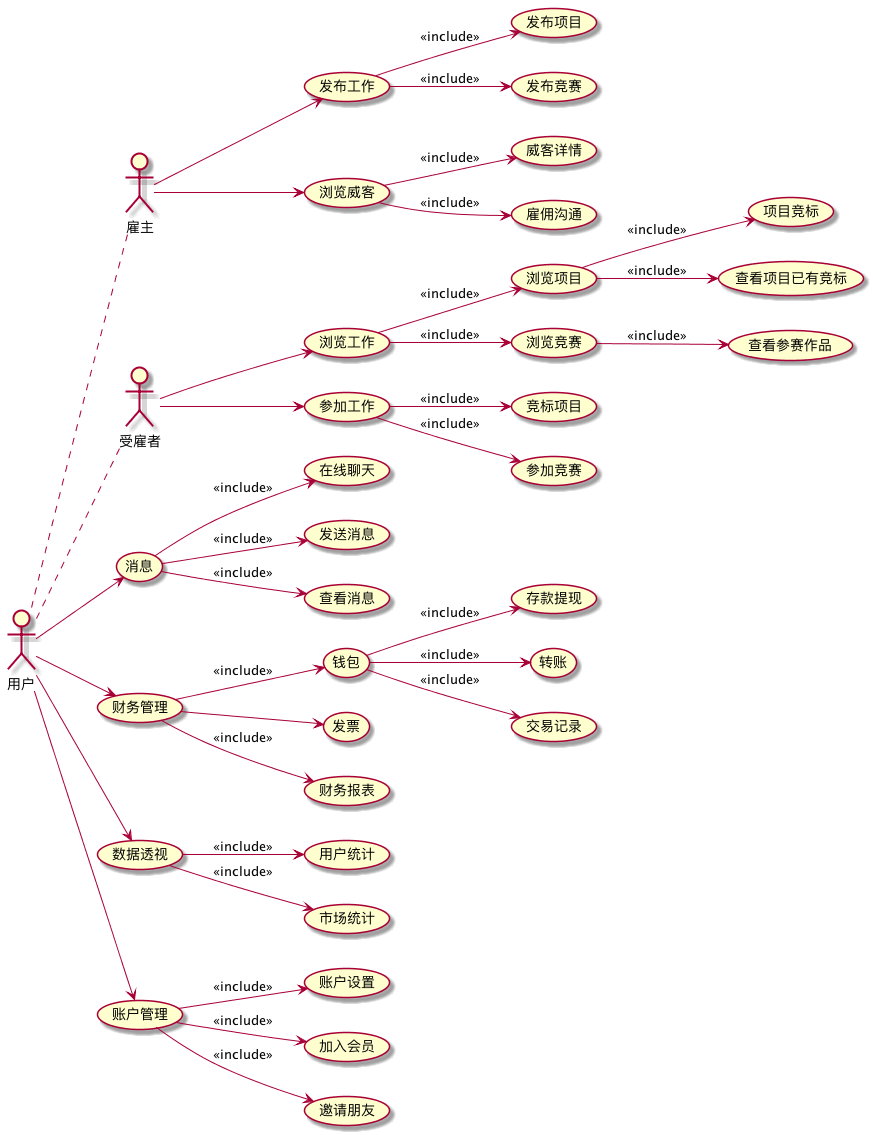
Above: Design/FreeLancer/usercase.png in Eliza0512/BlockchainBlog (PlantUML), before the change. The source it was exported from:
```plantuml
@startuml

left to right direction
:用户: as User
:雇主: as User1
:受雇者: as User2


User .. User1
User .. User2
User1 --> (发布工作)
User1 --> (浏览威客)
User2 --> (浏览工作)
User2 --> (参加工作)
User --> (消息)
User --> (财务管理)
User --> (数据透视)
User --> (账户管理)

(发布工作) --> (发布项目):<<include>>
(发布工作) --> (发布竞赛):<<include>>

(浏览工作) --> (浏览项目):<<include>>
(浏览工作) --> (浏览竞赛):<<include>>

(浏览项目) --> (项目竞标):<<include>>
(浏览项目) --> (查看项目已有竞标):<<include>>

(浏览威客) --> (威客详情):<<include>>
(浏览威客) --> (雇佣沟通):<<include>>

(浏览竞赛) --> (查看参赛作品):<<include>>

(参加工作) --> (竞标项目):<<include>>
(参加工作) --> (参加竞赛):<<include>>

(消息) --> (在线聊天):<<include>>
(消息) --> (发送消息):<<include>>
(消息) --> (查看消息):<<include>>

(财务管理) --> (钱包):<<include>>
(财务管理) --> (发票)
(财务管理) --> (财务报表):<<include>>

(钱包) --> (存款提现):<<include>>
(钱包) --> (转账):<<include>>
(钱包) --> (交易记录): <<include>>

(数据透视) --> (用户统计):<<include>>
(数据透视) --> (市场统计):<<include>>

(账户管理) --> (账户设置):<<include>>
(账户管理) --> (加入会员):<<include>>
(账户管理) --> (邀请朋友):<<include>>

@enduml
```
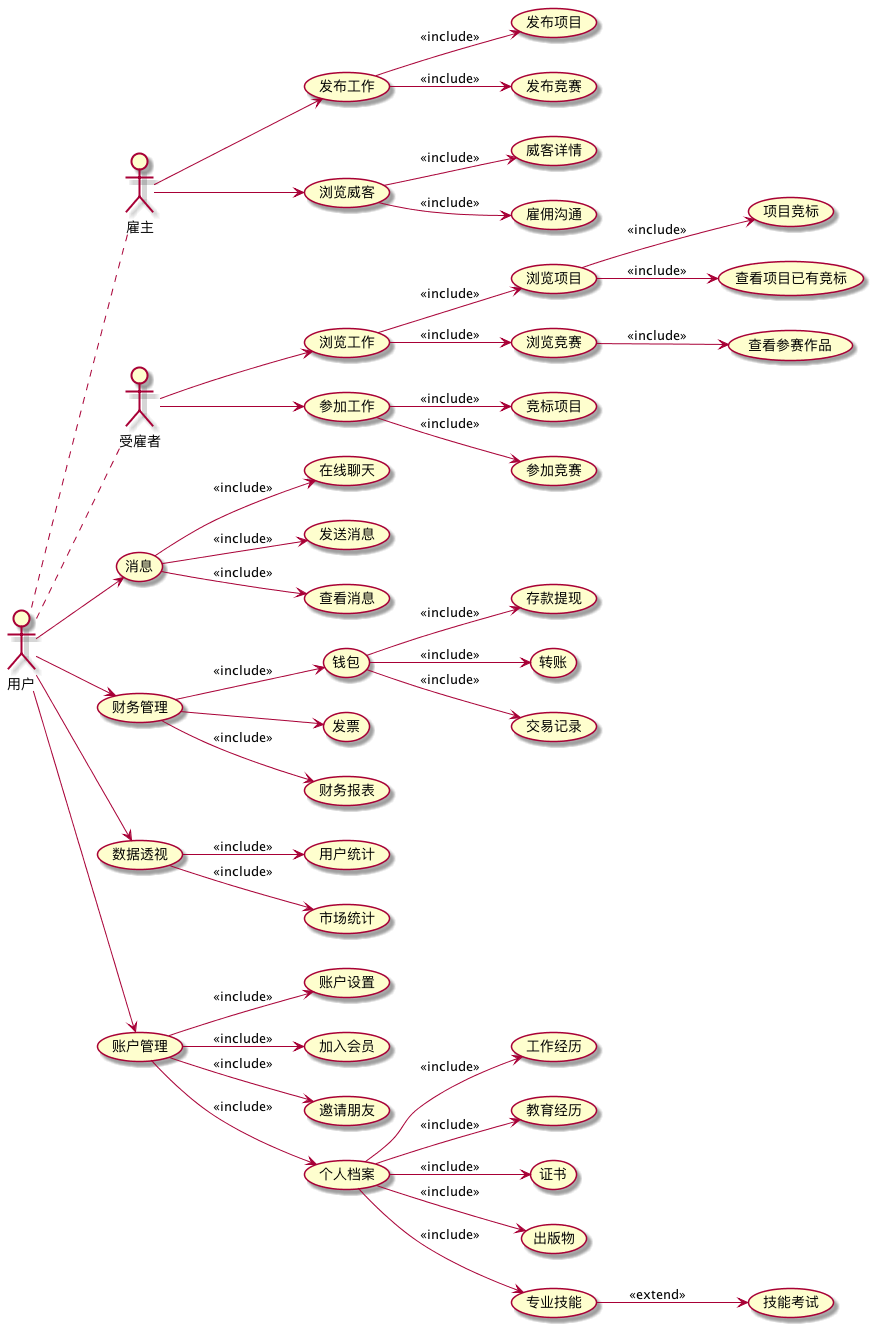
The same file after the commit.

What changed in the source:
```diff
@@ -34,6 +34,7 @@
 (参加工作) --> (竞标项目):<<include>>
 (参加工作) --> (参加竞赛):<<include>>
 
+
 (消息) --> (在线聊天):<<include>>
 (消息) --> (发送消息):<<include>>
 (消息) --> (查看消息):<<include>>
@@ -52,5 +53,14 @@
 (账户管理) --> (账户设置):<<include>>
 (账户管理) --> (加入会员):<<include>>
 (账户管理) --> (邀请朋友):<<include>>
+(账户管理) --> (个人档案):<<include>>
+
+(个人档案) --> (工作经历):<<include>>
+(个人档案) --> (教育经历):<<include>>
+(个人档案) --> (证书):<<include>>
+(个人档案) --> (出版物):<<include>>
+(个人档案) --> (专业技能):<<include>>
+
+(专业技能) --> (技能考试):<<extend>>
 
 @enduml
```
